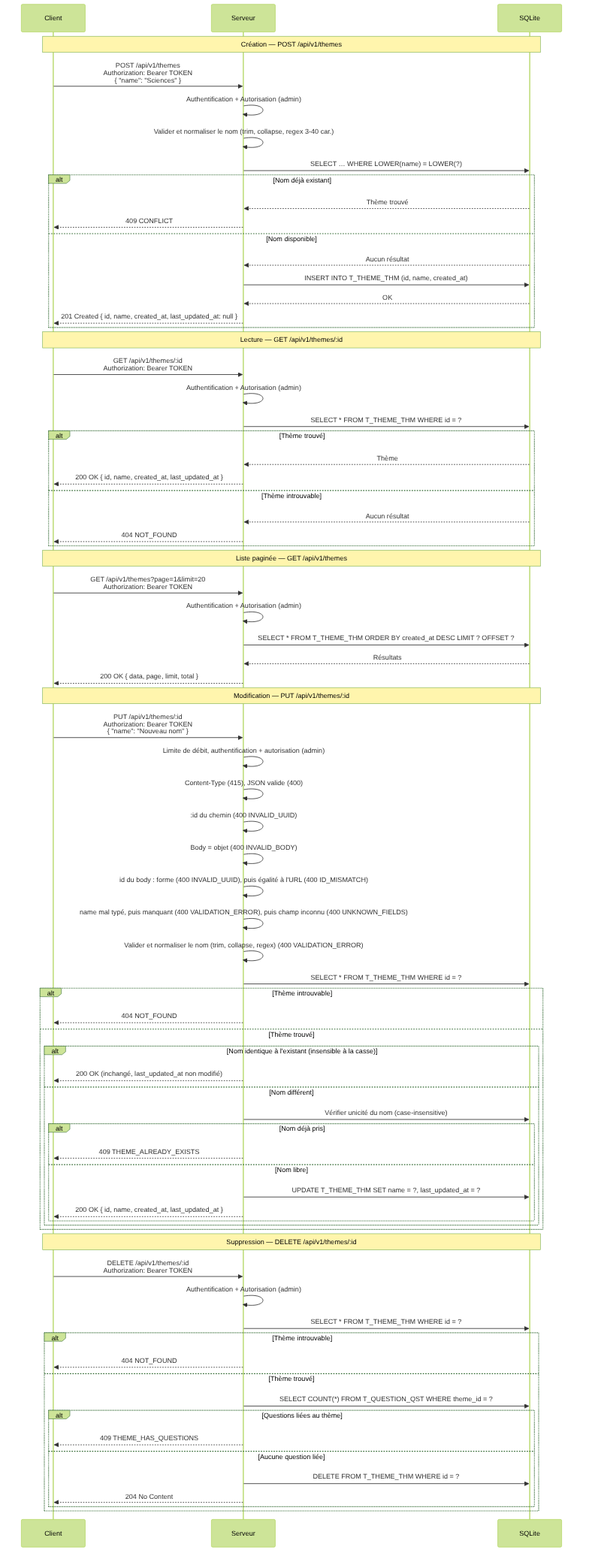
Earlier version of the Mermaid export docs/specs/diagrams/US-004-themes-crud-sequence.png (ODehel/quiz-live-server). Its source is kept beside it as docs/specs/diagrams/US-004-themes-crud-sequence.mmd.
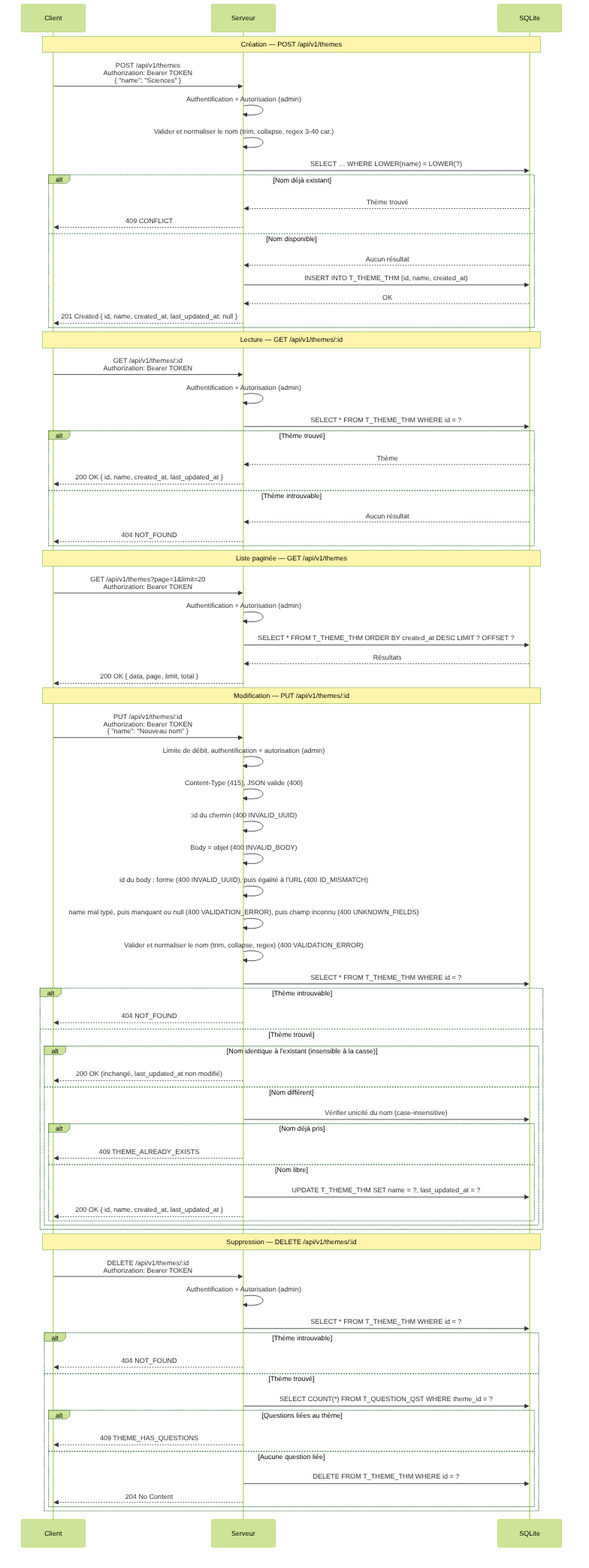
After the change.

Commit message:
docs(specs): settle the messages and the null name of the theme update (#249)

Change to the diagram source:
```diff
@@ -45,7 +45,7 @@
     S->>S: :id du chemin (400 INVALID_UUID)
     S->>S: Body = objet (400 INVALID_BODY)
     S->>S: id du body : forme (400 INVALID_UUID), puis égalité à l'URL (400 ID_MISMATCH)
-    S->>S: name mal typé, puis manquant (400 VALIDATION_ERROR), puis champ inconnu (400 UNKNOWN_FIELDS)
+    S->>S: name mal typé, puis manquant ou null (400 VALIDATION_ERROR), puis champ inconnu (400 UNKNOWN_FIELDS)
     S->>S: Valider et normaliser le nom (trim, collapse, regex) (400 VALIDATION_ERROR)
     S->>DB: SELECT * FROM T_THEME_THM WHERE id = ?
     alt Thème introuvable
```
